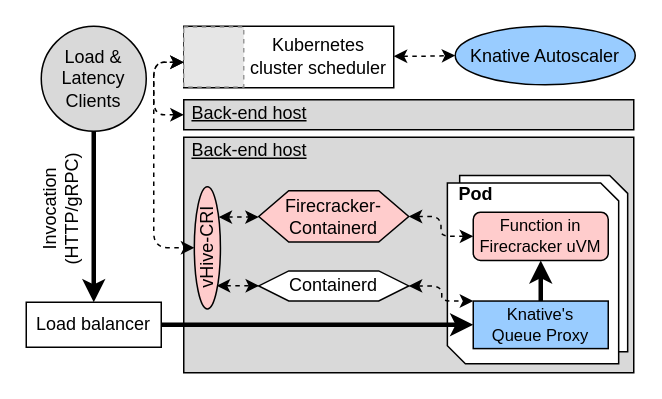
This is page "Page-1" (1 of 2) of docs/figures/src/vhive.drawio from faromero/vhive, a draw.io file, before an edit. Source tidied: cells renumbered, new cells numbered last; positions are measured from the earlier drawing's top-left corner, leaving out a move shared by most shapes. Both pictures are drawn from the tidied source at 150%, with x=0, y=0 at pixel (26, 26). Pictures stored in the file or linked from it are replaced by grey dashed boxes.
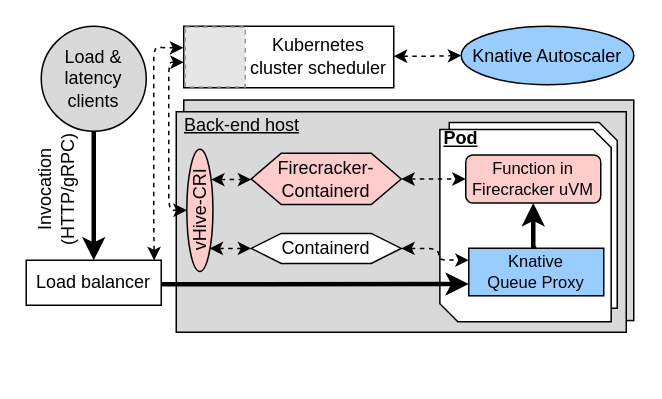
Above is the later version.

Unchanged cells that the change refers to:
```xml
<mxCell id="4" style="rounded=0;whiteSpace=wrap;html=1;" parent="1" vertex="1">
  <mxGeometry x="105" width="140" height="41" as="geometry" />
</mxCell>
```

Diff of the diagram source:
```diff
@@
+    <mxCell id="31" style="rounded=0;whiteSpace=wrap;html=1;fillColor=#D9D9D9;" parent="1" vertex="1">
+      <mxGeometry x="105" y="49.2" width="300" height="147" as="geometry" />
+    </mxCell>
     <mxCell id="2" style="rounded=0;whiteSpace=wrap;html=1;fillColor=#D9D9D9;" parent="1" vertex="1">
-      <mxGeometry x="105" y="74" width="300" height="157" as="geometry" />
+      <mxGeometry x="100" y="57" width="300" height="147" as="geometry" />
     </mxCell>
     <mxCell id="3" style="verticalLabelPosition=bottom;verticalAlign=top;html=1;shape=mxgraph.basic.diag_snip_rect;dx=6;fillColor=#FFFFFF;rotation=90;fontStyle=0;" parent="1" vertex="1">
-      <mxGeometry x="286.2" y="102.2" width="117.5" height="112" as="geometry" />
+      <mxGeometry x="276.1" y="70.1" width="123.8" height="112" as="geometry" />
     </mxCell>
@@
     <mxCell id="5" value="Load balancer" style="rounded=0;whiteSpace=wrap;html=1;" parent="1" vertex="1">
-      <mxGeometry y="184" width="90" height="30" as="geometry" />
+      <mxGeometry y="156" width="90" height="30" as="geometry" />
     </mxCell>
     <mxCell id="6" style="fillColor=#E6E6E6;strokeColor=#999999;dashed=1;verticalLabelPosition=bottom;labelBackgroundColor=#ffffff;verticalAlign=top;" parent="1" vertex="1">
-      <mxGeometry x="105" y="0.5" width="40" height="40" as="geometry" />
+      <mxGeometry x="106" y="0.5" width="40" height="40" as="geometry" />
     </mxCell>
     <mxCell id="7" value="Knative Autoscaler" style="ellipse;whiteSpace=wrap;html=1;fillColor=#99CCFF;labelBackgroundColor=none;" parent="1" vertex="1">
-      <mxGeometry x="286" width="120" height="39" as="geometry" />
+      <mxGeometry x="290" width="115" height="39" as="geometry" />
     </mxCell>
     <mxCell id="8" value="Invocation (HTTP/gRPC)" style="text;html=1;strokeColor=none;fillColor=none;align=center;verticalAlign=middle;whiteSpace=wrap;rounded=0;rotation=-90;" parent="1" vertex="1">
-      <mxGeometry x="3" y="112" width="40" height="20" as="geometry" />
+      <mxGeometry y="99" width="40" height="20" as="geometry" />
     </mxCell>
@@
-    <mxCell id="11" style="edgeStyle=orthogonalEdgeStyle;rounded=1;sketch=0;jumpStyle=none;jettySize=auto;html=1;dashed=1;startArrow=classic;startFill=1;endArrow=classic;endFill=1;strokeWidth=1;fillColor=#A1A1A1;fontSize=12;fontColor=#000000;exitX=0;exitY=0.5;exitDx=0;exitDy=0;" parent="1" edge="1" source="12">
-      <mxGeometry relative="1" as="geometry">
-        <mxPoint x="105" y="24" as="targetPoint" />
-        <Array as="points">
-          <mxPoint x="85" y="59" />
-          <mxPoint x="85" y="24" />
-        </Array>
-      </mxGeometry>
-    </mxCell>
-    <mxCell id="12" style="rounded=0;whiteSpace=wrap;html=1;fillColor=#D9D9D9;" parent="1" vertex="1">
-      <mxGeometry x="105" y="49" width="300" height="20" as="geometry" />
-    </mxCell>
-    <mxCell id="13" value="Load &amp;amp; Latency Clients" style="ellipse;whiteSpace=wrap;html=1;fillColor=#D9D9D9;" parent="1" vertex="1">
+    <mxCell id="13" value="Load &amp;amp; latency clients" style="ellipse;whiteSpace=wrap;html=1;fillColor=#D9D9D9;fontSize=12;" parent="1" vertex="1">
       <mxGeometry x="10" width="70" height="70" as="geometry" />
     </mxCell>
     <mxCell id="14" style="verticalLabelPosition=bottom;verticalAlign=top;html=1;shape=mxgraph.basic.diag_snip_rect;dx=6;fillColor=#FFFFFF;rotation=90;" parent="1" vertex="1">
-      <mxGeometry x="277.6" y="107.6" width="120.5" height="114.2" as="geometry" />
+      <mxGeometry x="268.8" y="75.8" width="128.1" height="114.2" as="geometry" />
     </mxCell>
@@
     <mxCell id="16" value="Firecracker-Containerd" style="shape=hexagon;perimeter=hexagonPerimeter2;whiteSpace=wrap;html=1;fixedSize=1;fillColor=#FFCCCC;" parent="1" vertex="1">
-      <mxGeometry x="155" y="109.7" width="100" height="34.2" as="geometry" />
+      <mxGeometry x="150" y="84.7" width="100" height="34.2" as="geometry" />
     </mxCell>
-    <mxCell id="17" style="edgeStyle=orthogonalEdgeStyle;rounded=1;sketch=0;jumpStyle=none;jettySize=auto;html=1;startArrow=classic;startFill=1;endArrow=classic;endFill=1;strokeWidth=1;fillColor=#A1A1A1;fontSize=12;fontColor=#FF0000;entryX=0;entryY=0;entryDx=0;entryDy=0;dashed=1;" parent="1" edge="1" source="18" target="24">
+    <mxCell id="17" style="edgeStyle=orthogonalEdgeStyle;rounded=1;sketch=0;jumpStyle=none;jettySize=auto;html=1;startArrow=classic;startFill=1;endArrow=classic;endFill=1;strokeWidth=1;fillColor=#A1A1A1;fontSize=12;fontColor=#FF0000;entryX=0;entryY=0.25;entryDx=0;entryDy=0;dashed=1;exitX=1;exitY=0.5;exitDx=0;exitDy=0;" parent="1" edge="1" source="18" target="24">
       <mxGeometry relative="1" as="geometry">
         <Array as="points">
-          <mxPoint x="277" y="173" />
-          <mxPoint x="277" y="183" />
+          <mxPoint x="275" y="148" />
+          <mxPoint x="275" y="156" />
         </Array>
       </mxGeometry>
     </mxCell>
     <mxCell id="18" value="&lt;font color=&quot;#000000&quot;&gt;Containerd&lt;/font&gt;" style="shape=hexagon;perimeter=hexagonPerimeter2;whiteSpace=wrap;html=1;fixedSize=1;fillColor=#FFFFFF;fontColor=#FF0000;" parent="1" vertex="1">
-      <mxGeometry x="155" y="163.1" width="100" height="20" as="geometry" />
+      <mxGeometry x="150" y="138.1" width="100" height="20" as="geometry" />
     </mxCell>
-    <mxCell id="19" style="edgeStyle=orthogonalEdgeStyle;rounded=1;sketch=0;jumpStyle=none;jettySize=auto;html=1;dashed=1;startArrow=classic;startFill=1;endArrow=classic;endFill=1;strokeWidth=1;fillColor=#A1A1A1;fontSize=12;fontColor=#FF0000;" parent="1" edge="1" target="18">
-      <mxGeometry relative="1" as="geometry">
-        <mxPoint x="127" y="173" as="sourcePoint" />
-        <Array as="points">
-          <mxPoint x="127" y="173" />
-        </Array>
-      </mxGeometry>
+    <mxCell id="19" style="edgeStyle=orthogonalEdgeStyle;rounded=1;sketch=0;jumpStyle=none;jettySize=auto;html=1;dashed=1;startArrow=classic;startFill=1;endArrow=classic;endFill=1;strokeWidth=1;fillColor=#A1A1A1;fontSize=12;fontColor=#FF0000;entryX=0;entryY=0.5;entryDx=0;entryDy=0;exitX=0.188;exitY=0.873;exitDx=0;exitDy=0;exitPerimeter=0;" parent="1" edge="1" source="21" target="18">
+      <mxGeometry relative="1" as="geometry" />
     </mxCell>
@@
     <mxCell id="21" value="vHive-CRI" style="ellipse;whiteSpace=wrap;html=1;rotation=-90;fillColor=#FFCCCC;" parent="1" vertex="1">
-      <mxGeometry x="80" y="139" width="81.5" height="17.4" as="geometry" />
+      <mxGeometry x="75" y="114" width="81.5" height="17.4" as="geometry" />
     </mxCell>
     <mxCell id="22" value="Function in Firecracker uVM" style="rounded=1;whiteSpace=wrap;html=1;fontSize=11;fillColor=#FFCCCC;" parent="1" vertex="1">
-      <mxGeometry x="298" y="124" width="90" height="32.1" as="geometry" />
+      <mxGeometry x="293" y="85.8" width="90" height="32.1" as="geometry" />
     </mxCell>
     <mxCell id="23" style="edgeStyle=orthogonalEdgeStyle;rounded=1;sketch=0;jumpStyle=none;jettySize=auto;html=1;strokeWidth=3;fillColor=#A1A1A1;fontSize=12;fontColor=#FF0000;entryX=0.5;entryY=1;entryDx=0;entryDy=0;exitX=0.5;exitY=0;exitDx=0;exitDy=0;endArrow=classic;endFill=1;" parent="1" edge="1" source="24" target="22">
       <mxGeometry relative="1" as="geometry">
         <Array as="points">
-          <mxPoint x="343" y="179" />
-          <mxPoint x="343" y="179" />
+          <mxPoint x="338" y="151" />
+          <mxPoint x="338" y="151" />
         </Array>
       </mxGeometry>
     </mxCell>
-    <mxCell id="24" value="Knative's&lt;br style=&quot;font-size: 11px;&quot;&gt;Queue Proxy" style="rounded=0;whiteSpace=wrap;html=1;labelBackgroundColor=none;fillColor=#99CCFF;fontSize=11;" parent="1" vertex="1">
-      <mxGeometry x="298" y="183.2" width="90" height="31.7" as="geometry" />
+    <mxCell id="24" value="Knative&lt;br style=&quot;font-size: 11px&quot;&gt;Queue Proxy" style="rounded=0;whiteSpace=wrap;html=1;labelBackgroundColor=none;fillColor=#99CCFF;fontSize=11;" parent="1" vertex="1">
+      <mxGeometry x="295" y="148" width="90" height="31.7" as="geometry" />
     </mxCell>
-    <mxCell id="25" value="Pod" style="text;html=1;strokeColor=none;fillColor=none;align=center;verticalAlign=middle;whiteSpace=wrap;rounded=0;labelBackgroundColor=none;fontSize=12;fontColor=#000000;fontStyle=1;" parent="1" vertex="1">
-      <mxGeometry x="275" y="102" width="50" height="20" as="geometry" />
+    <mxCell id="25" value="Pod" style="text;html=1;strokeColor=none;fillColor=none;align=center;verticalAlign=middle;whiteSpace=wrap;rounded=0;labelBackgroundColor=none;fontSize=12;fontColor=#000000;fontStyle=5;" parent="1" vertex="1">
+      <mxGeometry x="264.8" y="64.8" width="50" height="20" as="geometry" />
     </mxCell>
-    <mxCell id="26" style="edgeStyle=orthogonalEdgeStyle;rounded=1;jettySize=auto;html=1;fontSize=14;fontColor=#FF0000;entryX=0.5;entryY=0;entryDx=0;entryDy=0;jumpStyle=none;sketch=0;dashed=1;startArrow=classic;startFill=1;" parent="1" edge="1" source="4" target="21">
+    <mxCell id="26" style="edgeStyle=orthogonalEdgeStyle;jettySize=auto;html=1;fontSize=14;fontColor=#FF0000;jumpStyle=none;sketch=0;dashed=1;startArrow=classic;startFill=1;entryX=0.5;entryY=0;entryDx=0;entryDy=0;jumpSize=6;rounded=1;endSize=6;noJump=0;" parent="1" edge="1" source="4" target="21">
       <mxGeometry relative="1" as="geometry">
         <Array as="points">
-          <mxPoint x="85" y="24" />
-          <mxPoint x="85" y="148" />
-          <mxPoint x="112" y="148" />
+          <mxPoint x="95" y="24" />
+          <mxPoint x="95" y="123" />
         </Array>
       </mxGeometry>
     </mxCell>
-    <mxCell id="27" style="edgeStyle=orthogonalEdgeStyle;rounded=0;jettySize=auto;html=1;fillColor=#A1A1A1;fontSize=12;fontColor=#FF0000;exitX=1;exitY=0.5;exitDx=0;exitDy=0;strokeWidth=3;entryX=0;entryY=0.5;entryDx=0;entryDy=0;endArrow=classic;endFill=1;" parent="1" edge="1" source="5" target="24">
-      <mxGeometry relative="1" as="geometry" />
+    <mxCell id="27" style="edgeStyle=orthogonalEdgeStyle;rounded=0;jettySize=auto;html=1;fillColor=#A1A1A1;fontSize=12;fontColor=#FF0000;strokeWidth=3;endArrow=classic;endFill=1;entryX=0;entryY=0.75;entryDx=0;entryDy=0;" parent="1" edge="1" target="24">
+      <mxGeometry relative="1" as="geometry">
+        <mxPoint x="90" y="172" as="sourcePoint" />
+        <Array as="points">
+          <mxPoint x="90" y="172" />
+          <mxPoint x="285" y="172" />
+        </Array>
+      </mxGeometry>
     </mxCell>
-    <mxCell id="28" style="edgeStyle=orthogonalEdgeStyle;rounded=0;jettySize=auto;html=1;fillColor=#A1A1A1;fontSize=12;fontColor=#FF0000;exitX=0.5;exitY=1;exitDx=0;exitDy=0;strokeWidth=3;endArrow=classic;endFill=1;entryX=0.5;entryY=0;entryDx=0;entryDy=0;" parent="1" edge="1" source="13" target="5">
+    <mxCell id="28" style="edgeStyle=orthogonalEdgeStyle;rounded=0;jettySize=auto;html=1;fillColor=#A1A1A1;fontSize=12;fontColor=#FF0000;strokeWidth=3;endArrow=classic;endFill=1;entryX=0.5;entryY=0;entryDx=0;entryDy=0;exitX=0.5;exitY=1;exitDx=0;exitDy=0;" parent="1" edge="1" source="13" target="5">
       <mxGeometry relative="1" as="geometry" />
     </mxCell>
     <mxCell id="29" value="Back-end host" style="text;html=1;strokeColor=none;fillColor=none;align=center;verticalAlign=middle;whiteSpace=wrap;rounded=0;labelBackgroundColor=none;fontSize=12;fontStyle=4;" parent="1" vertex="1">
-      <mxGeometry x="104" y="73" width="90" height="20" as="geometry" />
+      <mxGeometry x="99" y="56" width="90" height="20" as="geometry" />
     </mxCell>
-    <mxCell id="30" value="Back-end host" style="text;html=1;strokeColor=none;fillColor=none;align=center;verticalAlign=middle;whiteSpace=wrap;rounded=0;labelBackgroundColor=none;fontSize=12;fontStyle=4;" parent="1" vertex="1">
-      <mxGeometry x="104" y="48" width="90" height="20" as="geometry" />
-    </mxCell>
+    <mxCell id="32" style="edgeStyle=orthogonalEdgeStyle;rounded=1;jettySize=auto;html=1;fontSize=14;fontColor=#FF0000;jumpStyle=none;sketch=0;dashed=1;startArrow=classic;startFill=1;entryX=0.948;entryY=0.002;entryDx=0;entryDy=0;exitX=-0.002;exitY=0.351;exitDx=0;exitDy=0;exitPerimeter=0;entryPerimeter=0;" parent="1" edge="1" source="4" target="5">
+      <mxGeometry relative="1" as="geometry">
+        <Array as="points">
+          <mxPoint x="95" y="14" />
+          <mxPoint x="85" y="14" />
+          <mxPoint x="85" y="133" />
+          <mxPoint x="85" y="133" />
+        </Array>
+      </mxGeometry>
+    </mxCell>
```
